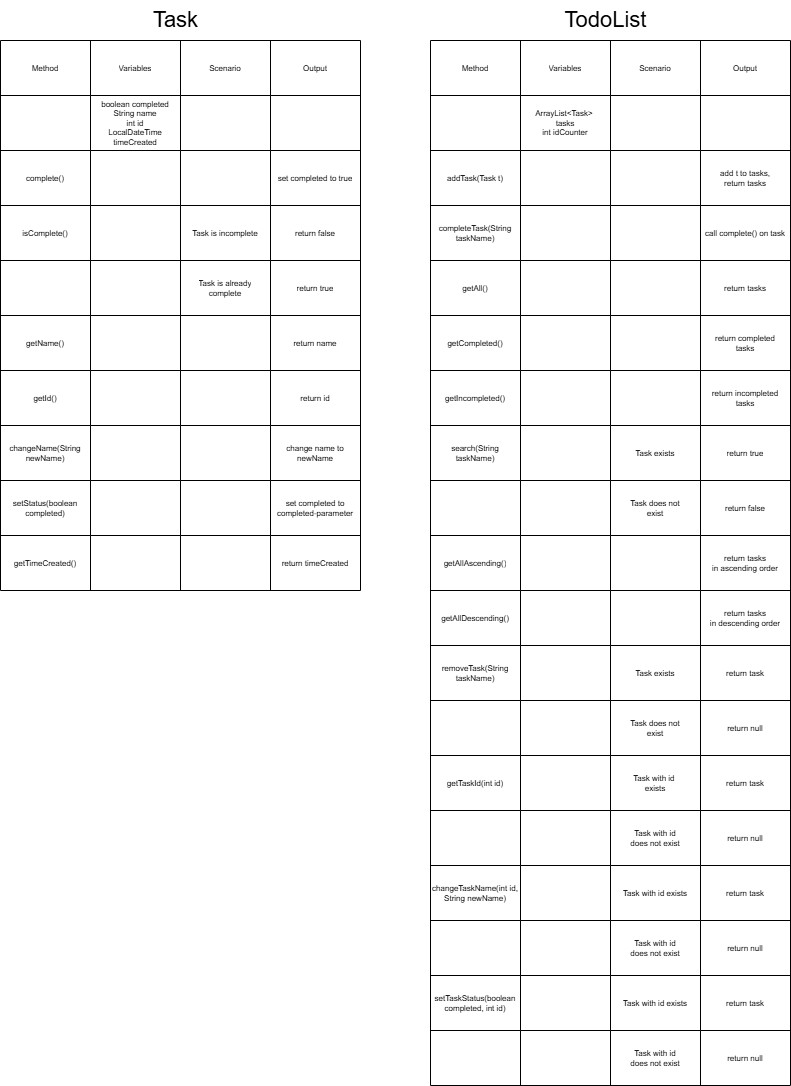
The draw.io diagram domain-model.png in Marcus0410/java-tdd-todo-list, before a commit. Source tidied: cells renumbered, new cells last; positions are measured from the earlier drawing's top-left corner, leaving out a move shared by most shapes.
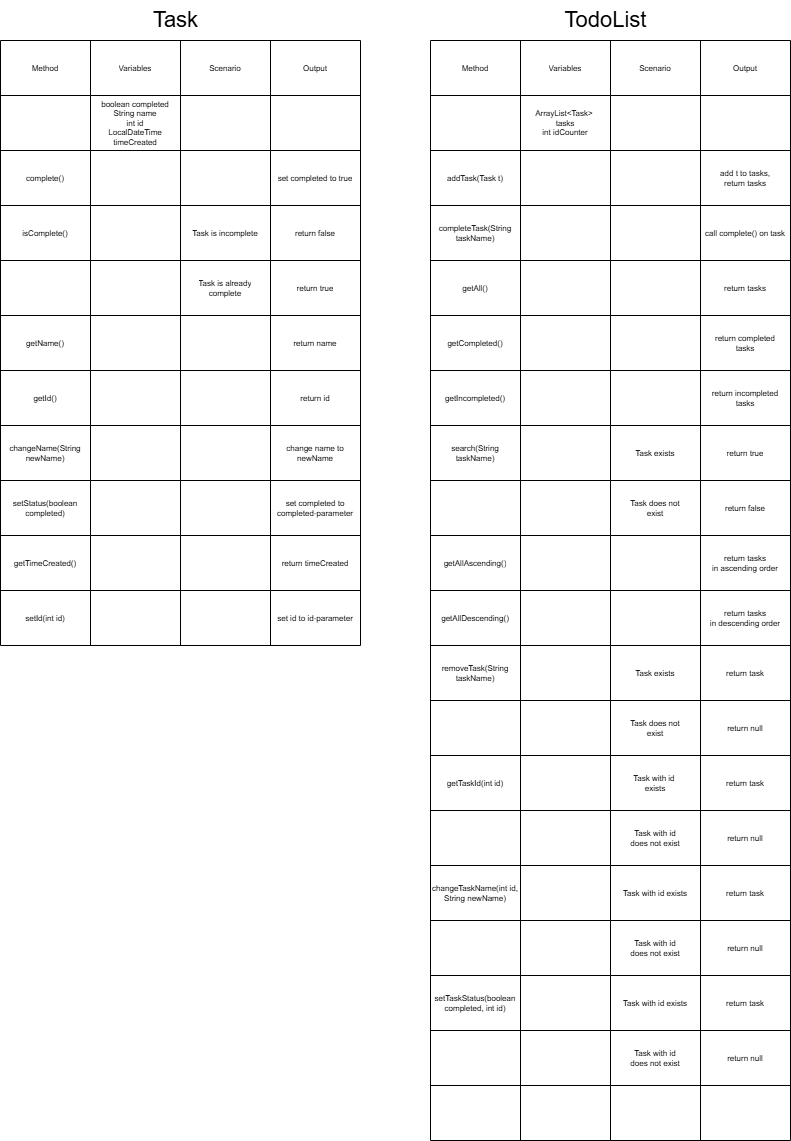
Later version of the same file.

Commit message:
added setId method to Task

Change to the diagram source:
```diff
@@ -3,7 +3,7 @@
     <mxCell id="0" />
     <mxCell id="1" parent="0" />
     <mxCell id="2" style="shape=table;startSize=0;fontSize=10;" parent="1" vertex="1">
-      <mxGeometry x="430" y="40" width="360" height="1045" as="geometry" />
+      <mxGeometry x="430" y="40" width="360" height="1100" as="geometry" />
     </mxCell>
     <mxCell id="3" style="shape=tableRow;horizontal=0;startSize=0;swimlaneHead=0;swimlaneBody=0;strokeColor=inherit;top=0;left=0;bottom=0;right=0;fillColor=none;" parent="2" vertex="1">
       <mxGeometry width="360" height="55" as="geometry" />
@@ -290,11 +290,26 @@
     <mxCell id="97" value="return null" style="shape=partialRectangle;html=1;whiteSpace=wrap;strokeColor=inherit;overflow=hidden;fillColor=none;top=0;left=0;bottom=0;right=0;fontSize=8;" parent="93" vertex="1">
       <mxGeometry x="270" width="90" height="55" as="geometry" />
     </mxCell>
+    <mxCell id="151" style="shape=tableRow;horizontal=0;startSize=0;swimlaneHead=0;swimlaneBody=0;strokeColor=inherit;top=0;left=0;bottom=0;right=0;fillColor=none;" parent="2" vertex="1">
+      <mxGeometry y="1045" width="360" height="55" as="geometry" />
+    </mxCell>
+    <mxCell id="152" style="shape=partialRectangle;html=1;whiteSpace=wrap;strokeColor=inherit;overflow=hidden;fillColor=none;top=0;left=0;bottom=0;right=0;fontSize=8;" parent="151" vertex="1">
+      <mxGeometry width="90" height="55" as="geometry" />
+    </mxCell>
+    <mxCell id="153" style="shape=partialRectangle;html=1;whiteSpace=wrap;strokeColor=inherit;overflow=hidden;fillColor=none;top=0;left=0;bottom=0;right=0;fontSize=8;" parent="151" vertex="1">
+      <mxGeometry x="90" width="90" height="55" as="geometry" />
+    </mxCell>
+    <mxCell id="154" style="shape=partialRectangle;html=1;whiteSpace=wrap;strokeColor=inherit;overflow=hidden;fillColor=none;top=0;left=0;bottom=0;right=0;fontSize=8;" parent="151" vertex="1">
+      <mxGeometry x="180" width="90" height="55" as="geometry" />
+    </mxCell>
+    <mxCell id="155" style="shape=partialRectangle;html=1;whiteSpace=wrap;strokeColor=inherit;overflow=hidden;fillColor=none;top=0;left=0;bottom=0;right=0;fontSize=8;" parent="151" vertex="1">
+      <mxGeometry x="270" width="90" height="55" as="geometry" />
+    </mxCell>
     <mxCell id="98" value="&lt;font style=&quot;font-size: 22px;&quot;&gt;TodoList&lt;/font&gt;" style="text;html=1;align=center;verticalAlign=middle;strokeColor=none;fillColor=none;" parent="1" vertex="1">
       <mxGeometry x="550" width="110" height="40" as="geometry" />
     </mxCell>
     <mxCell id="99" style="shape=table;startSize=0;fontSize=10;" parent="1" vertex="1">
-      <mxGeometry y="40" width="360" height="550" as="geometry" />
+      <mxGeometry y="40" width="360" height="605" as="geometry" />
     </mxCell>
     <mxCell id="100" style="shape=tableRow;horizontal=0;startSize=0;swimlaneHead=0;swimlaneBody=0;strokeColor=inherit;top=0;left=0;bottom=0;right=0;fillColor=none;" parent="99" vertex="1">
       <mxGeometry width="360" height="55" as="geometry" />
@@ -446,6 +461,21 @@
     <mxCell id="149" value="return timeCreated" style="shape=partialRectangle;html=1;whiteSpace=wrap;strokeColor=inherit;overflow=hidden;fillColor=none;top=0;left=0;bottom=0;right=0;fontSize=8;" parent="145" vertex="1">
       <mxGeometry x="270" width="90" height="55" as="geometry" />
     </mxCell>
+    <mxCell id="156" style="shape=tableRow;horizontal=0;startSize=0;swimlaneHead=0;swimlaneBody=0;strokeColor=inherit;top=0;left=0;bottom=0;right=0;fillColor=none;" parent="99" vertex="1">
+      <mxGeometry y="550" width="360" height="55" as="geometry" />
+    </mxCell>
+    <mxCell id="157" value="setId(int id)" style="shape=partialRectangle;html=1;whiteSpace=wrap;strokeColor=inherit;overflow=hidden;fillColor=none;top=0;left=0;bottom=0;right=0;fontSize=8;" parent="156" vertex="1">
+      <mxGeometry width="90" height="55" as="geometry" />
+    </mxCell>
+    <mxCell id="158" style="shape=partialRectangle;html=1;whiteSpace=wrap;strokeColor=inherit;overflow=hidden;fillColor=none;top=0;left=0;bottom=0;right=0;fontSize=8;" parent="156" vertex="1">
+      <mxGeometry x="90" width="90" height="55" as="geometry" />
+    </mxCell>
+    <mxCell id="159" style="shape=partialRectangle;html=1;whiteSpace=wrap;strokeColor=inherit;overflow=hidden;fillColor=none;top=0;left=0;bottom=0;right=0;fontSize=8;" parent="156" vertex="1">
+      <mxGeometry x="180" width="90" height="55" as="geometry" />
+    </mxCell>
+    <mxCell id="160" value="set id to id-parameter" style="shape=partialRectangle;html=1;whiteSpace=wrap;strokeColor=inherit;overflow=hidden;fillColor=none;top=0;left=0;bottom=0;right=0;fontSize=8;" parent="156" vertex="1">
+      <mxGeometry x="270" width="90" height="55" as="geometry" />
+    </mxCell>
     <mxCell id="150" value="&lt;font style=&quot;font-size: 22px;&quot;&gt;Task&lt;/font&gt;" style="text;html=1;align=center;verticalAlign=middle;strokeColor=none;fillColor=none;" parent="1" vertex="1">
       <mxGeometry x="140" width="70" height="40" as="geometry" />
     </mxCell>
```
